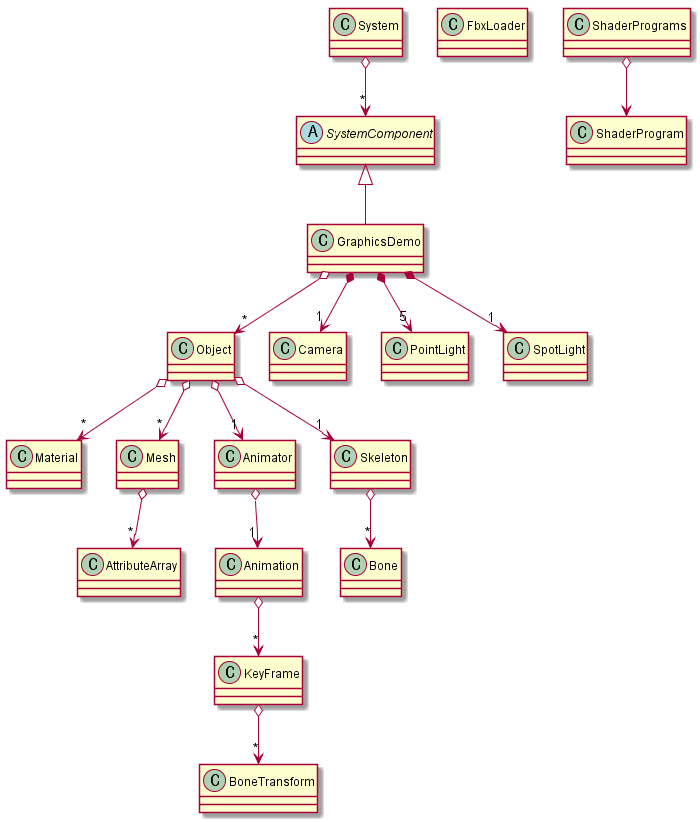
kg1992/GraphicsDemo keeps this PlantUML diagram as Documentation/Diagram.png. Above is the earlier version.
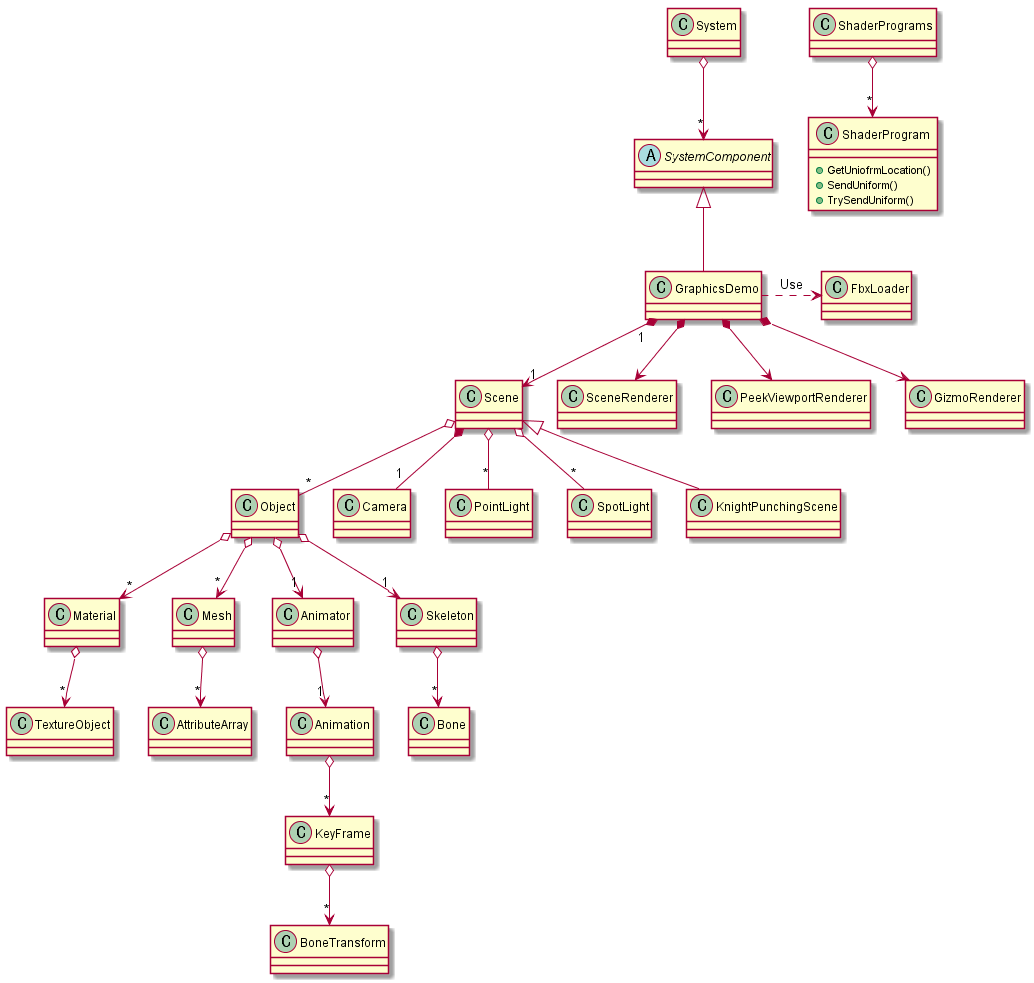
Later version of the same file.

What changed in the source:
```diff
@@ -12,27 +12,43 @@
 class Camera
 class Skeleton
 class ShaderProgram
+{
+	+ GetUniofrmLocation()
+	+ SendUniform()
+	+ TrySendUniform()
+}
 class ShaderPrograms
 class PointLight
 class SpotLight
+class KnightPunchingScene
 
 class Animation
 class KeyFrame
 class BoneTransform
+class TextureObject
 
 System o--> "*" SystemComponent
 SystemComponent <|-- GraphicsDemo
-GraphicsDemo o--> "*" Object
-GraphicsDemo *--> "1" Camera
-GraphicsDemo *--> "5" PointLight
-GraphicsDemo *--> "1" SpotLight
+GraphicsDemo .> FbxLoader : Use
+GraphicsDemo "1" *--> "1" Scene
+GraphicsDemo *--> SceneRenderer
+GraphicsDemo *--> PeekViewportRenderer
+GraphicsDemo *--> GizmoRenderer
 
-ShaderPrograms o--> ShaderProgram
+ShaderPrograms o--> "*" ShaderProgram
 
 Object o--> "1" Animator
 Object o--> "*" Material
 Object o--> "*" Mesh
 Object o--> "1" Skeleton
+
+Material o--> "*" TextureObject
+
+Scene o-- "*" Object
+Scene o-- "*" PointLight
+Scene o-- "*" SpotLight
+Scene *-- "1" Camera
+Scene <|-- KnightPunchingScene
 
 Mesh o--> "*" AttributeArray
 
```
